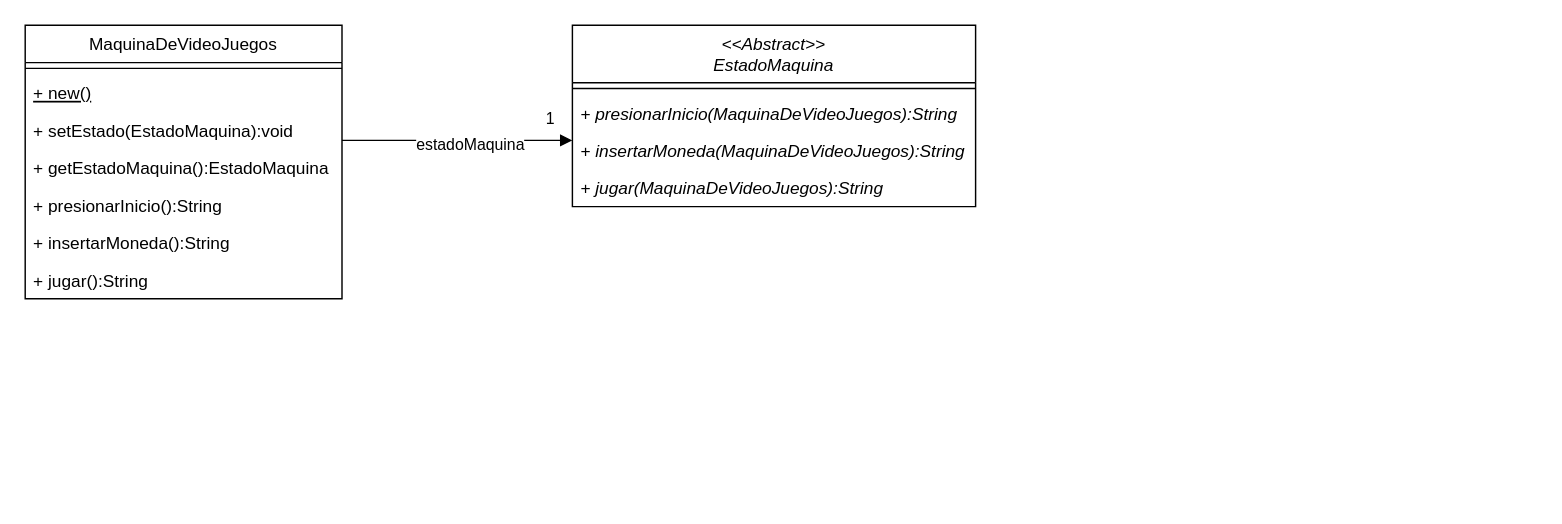
This is unq-po2-state-MaquinaDeVideoJuegos.drawio from nhubczyk/Diagramas-UML, a draw.io file, before an edit. Source tidied: cells renumbered, new cells numbered last; positions are measured from the earlier drawing's top-left corner, leaving out a move shared by most shapes. Both pictures are drawn from the tidied source at 144%, with x=0, y=0 at pixel (24, 24).
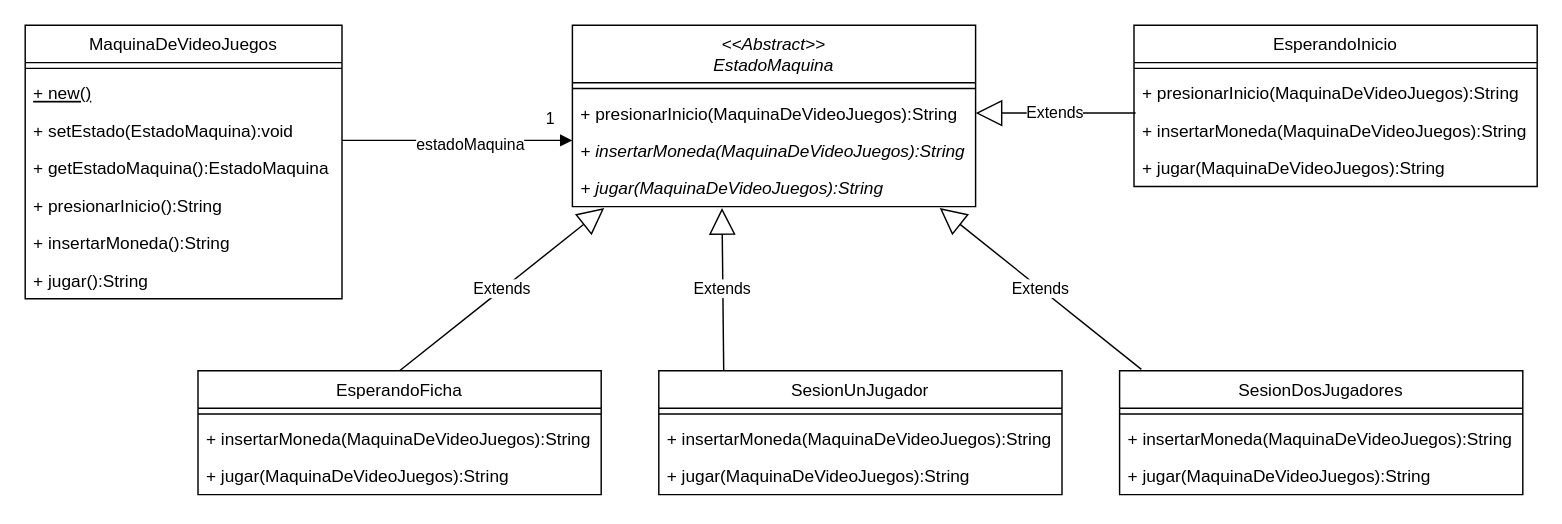
The same page after the edit.

Unchanged cells that the change refers to:
```xml
<mxCell id="10" value="&lt;&lt;Abstract&gt;&gt;&#10;EstadoMaquina" style="swimlane;fontStyle=2;align=center;verticalAlign=top;horizontal=1;startSize=40;" parent="1" vertex="1">
  <mxGeometry x="380" width="280" height="126" as="geometry" />
</mxCell>
<mxCell id="14" value="+ jugar(MaquinaDeVideoJuegos):String" style="text;strokeColor=none;fillColor=none;align=left;verticalAlign=top;spacingLeft=4;spacingRight=4;overflow=hidden;points=[[0,0.5],[1,0.5]];portConstraint=eastwest;fontStyle=2;" parent="10" vertex="1">
  <mxGeometry y="100" width="280" height="26" as="geometry" />
</mxCell>
```

The edit, as a diff of the source:
```diff
@@
-    <mxCell id="12" value="+ presionarInicio(MaquinaDeVideoJuegos):String" style="text;strokeColor=none;fillColor=none;align=left;verticalAlign=top;spacingLeft=4;spacingRight=4;overflow=hidden;points=[[0,0.5],[1,0.5]];portConstraint=eastwest;fontStyle=2;" parent="10" vertex="1">
+    <mxCell id="12" value="+ presionarInicio(MaquinaDeVideoJuegos):String" style="text;strokeColor=none;fillColor=none;align=left;verticalAlign=top;spacingLeft=4;spacingRight=4;overflow=hidden;points=[[0,0.5],[1,0.5]];portConstraint=eastwest;fontStyle=0;" parent="10" vertex="1">
       <mxGeometry y="48" width="280" height="26" as="geometry" />
     </mxCell>
@@
+    <mxCell id="17" value="EsperandoFicha" style="swimlane;fontStyle=0;align=center;verticalAlign=top;horizontal=1;startSize=26;" parent="1" vertex="1">
+      <mxGeometry x="120" y="240" width="280" height="86" as="geometry" />
+    </mxCell>
+    <mxCell id="18" style="line;strokeWidth=1;fillColor=none;align=left;verticalAlign=middle;spacingTop=-1;spacingLeft=3;spacingRight=3;labelPosition=right;strokeColor=inherit;" parent="17" vertex="1">
+      <mxGeometry y="26" width="280" height="8" as="geometry" />
+    </mxCell>
+    <mxCell id="19" value="+ insertarMoneda(MaquinaDeVideoJuegos):String" style="text;strokeColor=none;fillColor=none;align=left;verticalAlign=top;spacingLeft=4;spacingRight=4;overflow=hidden;" parent="17" vertex="1">
+      <mxGeometry y="34" width="280" height="26" as="geometry" />
+    </mxCell>
+    <mxCell id="20" value="+ jugar(MaquinaDeVideoJuegos):String" style="text;strokeColor=none;fillColor=none;align=left;verticalAlign=top;spacingLeft=4;spacingRight=4;overflow=hidden;" parent="17" vertex="1">
+      <mxGeometry y="60" width="280" height="26" as="geometry" />
+    </mxCell>
+    <mxCell id="21" value="Extends" style="endArrow=block;endSize=16;endFill=0;html=1;rounded=0;exitX=0.5;exitY=0;exitDx=0;exitDy=0;entryX=0.079;entryY=1.038;entryDx=0;entryDy=0;entryPerimeter=0;" parent="1" edge="1" source="17" target="14">
+      <mxGeometry relative="1" as="geometry" />
+    </mxCell>
+    <mxCell id="22" value="SesionUnJugador" style="swimlane;fontStyle=0;align=center;verticalAlign=top;horizontal=1;startSize=26;" parent="1" vertex="1">
+      <mxGeometry x="440" y="240" width="280" height="86" as="geometry" />
+    </mxCell>
+    <mxCell id="23" style="line;strokeWidth=1;fillColor=none;align=left;verticalAlign=middle;spacingTop=-1;spacingLeft=3;spacingRight=3;labelPosition=right;strokeColor=inherit;" parent="22" vertex="1">
+      <mxGeometry y="26" width="280" height="8" as="geometry" />
+    </mxCell>
+    <mxCell id="24" value="+ insertarMoneda(MaquinaDeVideoJuegos):String" style="text;strokeColor=none;fillColor=none;align=left;verticalAlign=top;spacingLeft=4;spacingRight=4;overflow=hidden;" parent="22" vertex="1">
+      <mxGeometry y="34" width="280" height="26" as="geometry" />
+    </mxCell>
+    <mxCell id="25" value="+ jugar(MaquinaDeVideoJuegos):String" style="text;strokeColor=none;fillColor=none;align=left;verticalAlign=top;spacingLeft=4;spacingRight=4;overflow=hidden;" parent="22" vertex="1">
+      <mxGeometry y="60" width="280" height="26" as="geometry" />
+    </mxCell>
+    <mxCell id="26" value="Extends" style="endArrow=block;endSize=16;endFill=0;html=1;rounded=0;exitX=0.161;exitY=0;exitDx=0;exitDy=0;exitPerimeter=0;entryX=0.371;entryY=1.038;entryDx=0;entryDy=0;entryPerimeter=0;" parent="1" edge="1" source="22" target="14">
+      <mxGeometry relative="1" as="geometry" />
+    </mxCell>
+    <mxCell id="27" value="SesionDosJugadores" style="swimlane;fontStyle=0;align=center;verticalAlign=top;horizontal=1;startSize=26;" parent="1" vertex="1">
+      <mxGeometry x="760" y="240" width="280" height="86" as="geometry" />
+    </mxCell>
+    <mxCell id="28" style="line;strokeWidth=1;fillColor=none;align=left;verticalAlign=middle;spacingTop=-1;spacingLeft=3;spacingRight=3;labelPosition=right;strokeColor=inherit;" parent="27" vertex="1">
+      <mxGeometry y="26" width="280" height="8" as="geometry" />
+    </mxCell>
+    <mxCell id="29" value="+ insertarMoneda(MaquinaDeVideoJuegos):String" style="text;strokeColor=none;fillColor=none;align=left;verticalAlign=top;spacingLeft=4;spacingRight=4;overflow=hidden;" parent="27" vertex="1">
+      <mxGeometry y="34" width="280" height="26" as="geometry" />
+    </mxCell>
+    <mxCell id="30" value="+ jugar(MaquinaDeVideoJuegos):String" style="text;strokeColor=none;fillColor=none;align=left;verticalAlign=top;spacingLeft=4;spacingRight=4;overflow=hidden;" parent="27" vertex="1">
+      <mxGeometry y="60" width="280" height="26" as="geometry" />
+    </mxCell>
+    <mxCell id="31" value="Extends" style="endArrow=block;endSize=16;endFill=0;html=1;rounded=0;exitX=0.054;exitY=-0.012;exitDx=0;exitDy=0;exitPerimeter=0;entryX=0.911;entryY=1.038;entryDx=0;entryDy=0;entryPerimeter=0;" parent="1" edge="1" source="27" target="14">
+      <mxGeometry relative="1" as="geometry" />
+    </mxCell>
+    <mxCell id="32" value="EsperandoInicio" style="swimlane;fontStyle=0;align=center;verticalAlign=top;horizontal=1;startSize=26;" parent="1" vertex="1">
+      <mxGeometry x="770" width="280" height="112" as="geometry" />
+    </mxCell>
+    <mxCell id="33" style="line;strokeWidth=1;fillColor=none;align=left;verticalAlign=middle;spacingTop=-1;spacingLeft=3;spacingRight=3;labelPosition=right;strokeColor=inherit;" parent="32" vertex="1">
+      <mxGeometry y="26" width="280" height="8" as="geometry" />
+    </mxCell>
+    <mxCell id="34" value="+ presionarInicio(MaquinaDeVideoJuegos):String" style="text;strokeColor=none;fillColor=none;align=left;verticalAlign=top;spacingLeft=4;spacingRight=4;overflow=hidden;" parent="32" vertex="1">
+      <mxGeometry y="34" width="280" height="26" as="geometry" />
+    </mxCell>
+    <mxCell id="35" value="+ insertarMoneda(MaquinaDeVideoJuegos):String" style="text;strokeColor=none;fillColor=none;align=left;verticalAlign=top;spacingLeft=4;spacingRight=4;overflow=hidden;points=[[0,0.5],[1,0.5]];portConstraint=eastwest;" parent="32" vertex="1">
+      <mxGeometry y="60" width="280" height="26" as="geometry" />
+    </mxCell>
+    <mxCell id="36" value="+ jugar(MaquinaDeVideoJuegos):String" style="text;strokeColor=none;fillColor=none;align=left;verticalAlign=top;spacingLeft=4;spacingRight=4;overflow=hidden;" parent="32" vertex="1">
+      <mxGeometry y="86" width="280" height="26" as="geometry" />
+    </mxCell>
+    <mxCell id="37" value="Extends" style="endArrow=block;endSize=16;endFill=0;html=1;rounded=0;entryX=1;entryY=0.5;entryDx=0;entryDy=0;exitX=0.004;exitY=0.038;exitDx=0;exitDy=0;exitPerimeter=0;" parent="1" edge="1" source="35" target="12">
+      <mxGeometry relative="1" as="geometry" />
+    </mxCell>
```
